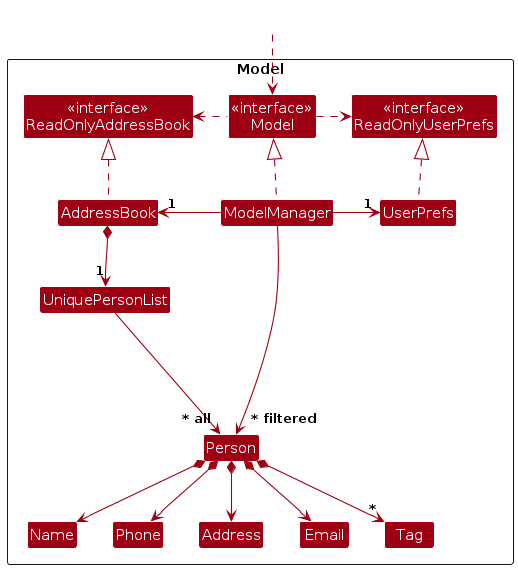
Above: diagrams/ModelClassDiagram.png in AY2627S1-CS2103T-F14a-2/tp (PlantUML), before the change. Its source is kept beside it as diagrams/ModelClassDiagram.puml.
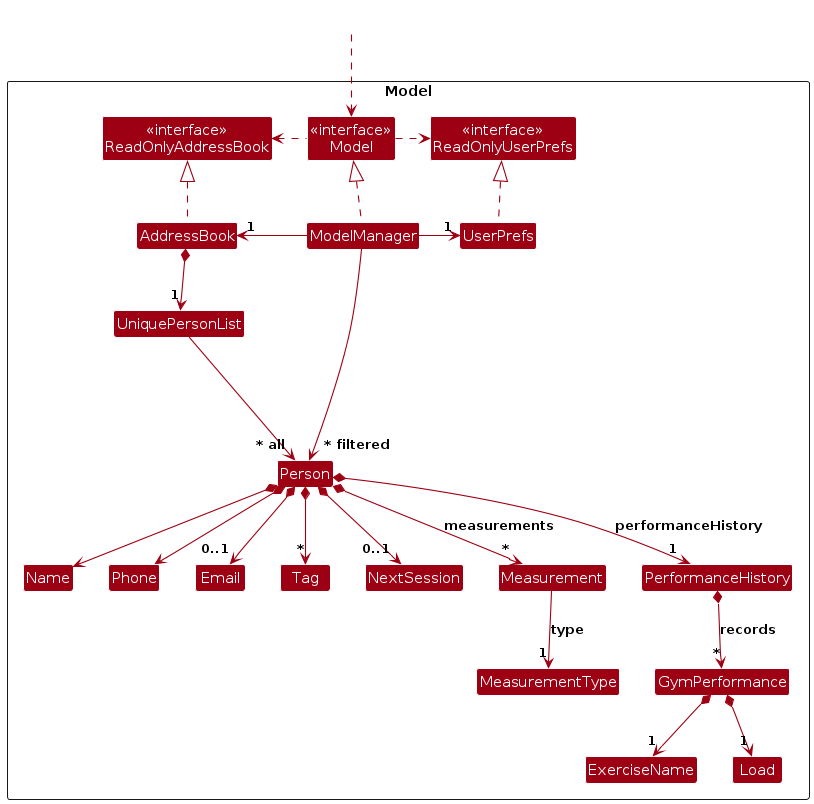
The same file after the commit.

Diff of the diagram source:
```diff
@@ -14,11 +14,17 @@
 
 Class UniquePersonList
 Class Person
-Class Address
 Class Email
 Class Name
 Class Phone
 Class Tag
+Class NextSession
+Class Measurement
+Enum MeasurementType
+Class PerformanceHistory
+Class GymPerformance
+Class ExerciseName
+Class Load
 
 Class I #FFFFFF
 }
@@ -39,16 +45,21 @@
 UniquePersonList --> "~* all" Person
 Person *--> Name
 Person *--> Phone
-Person *--> Email
-Person *--> Address
+Person *--> "0..1" Email
 Person *--> "*" Tag
+Person *--> "0..1" NextSession
+Person *--> "*" Measurement : measurements
+Measurement --> "1" MeasurementType : type
+Person *--> "1" PerformanceHistory : performanceHistory
+PerformanceHistory *--> "*" GymPerformance : records
+GymPerformance *--> "1" ExerciseName
+GymPerformance *--> "1" Load
 
 Person -[hidden]up--> I
 UniquePersonList -[hidden]right-> I
 
 Name -[hidden]right-> Phone
-Phone -[hidden]right-> Address
-Address -[hidden]right-> Email
+Phone -[hidden]right-> Email
 
 ModelManager --> "~* filtered" Person
 @enduml
```
